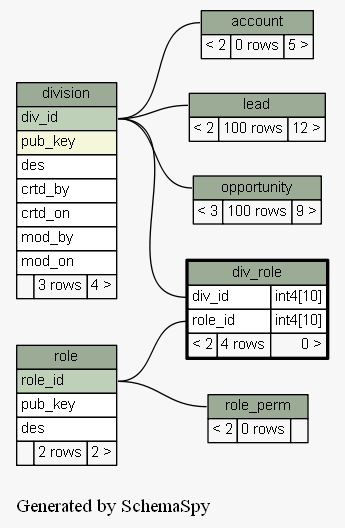
The Graphviz diagram docs/database/schemaspy/graphs/div_role.2degrees.png in engineerscraft/salesforce, before a commit. Its source is kept beside it as docs/database/schemaspy/graphs/div_role.2degrees.dot. Source of this version:
```dot
digraph "twoDegreesRelationshipsGraph" {
  graph [
    rankdir="RL"
    bgcolor="#f7f7f7"
    label="\nGenerated by SchemaSpy"
    labeljust="l"
  ];
  node [
    fontname="Helvetica"
    fontsize="11"
    shape="plaintext"
  ];
  edge [
    arrowsize="0.8"
  ];
  "account":"account.heading":w -> "division":"div_id":e [arrowtail=crowtee arrowhead=none];
  "div_role":"div_id":w -> "division":"div_id":e [arrowtail=crowtee arrowhead=none];
  "div_role":"role_id":w -> "role":"role_id":e [arrowtail=crowtee arrowhead=none];
  "lead":"lead.heading":w -> "division":"div_id":e [arrowtail=crowtee arrowhead=none];
  "opportunity":"opportunity.heading":w -> "division":"div_id":e [arrowtail=crowtee arrowhead=none];
  "role_perm":"role_perm.heading":w -> "role":"role_id":e [arrowtail=crowtee arrowhead=none];
  "account" [
    label=<
    <TABLE BORDER="0" CELLBORDER="1" CELLSPACING="0" BGCOLOR="#ffffff">
      <TR><TD PORT="account.heading" COLSPAN="3" BGCOLOR="#9bab96" ALIGN="CENTER">account</TD></TR>
      <TR><TD ALIGN="LEFT" BGCOLOR="#f7f7f7">&lt; 2</TD><TD ALIGN="RIGHT" BGCOLOR="#f7f7f7">0 rows</TD><TD ALIGN="RIGHT" BGCOLOR="#f7f7f7">5 &gt;</TD></TR>
    </TABLE>>
    URL="account.html#graph"
    tooltip="account"
  ];
  "div_role" [
    label=<
    <TABLE BORDER="2" CELLBORDER="1" CELLSPACING="0" BGCOLOR="#ffffff">
      <TR><TD PORT="div_role.heading" COLSPAN="3" BGCOLOR="#9bab96" ALIGN="CENTER">div_role</TD></TR>
      <TR><TD PORT="div_id" COLSPAN="2" ALIGN="LEFT">div_id</TD><TD PORT="div_id.type" ALIGN="LEFT">int4[10]</TD></TR>
      <TR><TD PORT="role_id" COLSPAN="2" ALIGN="LEFT">role_id</TD><TD PORT="role_id.type" ALIGN="LEFT">int4[10]</TD></TR>
      <TR><TD ALIGN="LEFT" BGCOLOR="#f7f7f7">&lt; 2</TD><TD ALIGN="RIGHT" BGCOLOR="#f7f7f7">4 rows</TD><TD ALIGN="RIGHT" BGCOLOR="#f7f7f7">0 &gt;</TD></TR>
    </TABLE>>
    URL="div_role.html#"
    tooltip="div_role"
  ];
  "division" [
    label=<
    <TABLE BORDER="0" CELLBORDER="1" CELLSPACING="0" BGCOLOR="#ffffff">
      <TR><TD PORT="division.heading" COLSPAN="3" BGCOLOR="#9bab96" ALIGN="CENTER">division</TD></TR>
      <TR><TD PORT="div_id" COLSPAN="3" BGCOLOR="#bed1b8" ALIGN="LEFT">div_id</TD></TR>
      <TR><TD PORT="pub_key" COLSPAN="3" BGCOLOR="#f4f7da" ALIGN="LEFT">pub_key</TD></TR>
      <TR><TD PORT="des" COLSPAN="3" ALIGN="LEFT">des</TD></TR>
      <TR><TD PORT="crtd_by" COLSPAN="3" ALIGN="LEFT">crtd_by</TD></TR>
      <TR><TD PORT="crtd_on" COLSPAN="3" ALIGN="LEFT">crtd_on</TD></TR>
      <TR><TD PORT="mod_by" COLSPAN="3" ALIGN="LEFT">mod_by</TD></TR>
      <TR><TD PORT="mod_on" COLSPAN="3" ALIGN="LEFT">mod_on</TD></TR>
      <TR><TD ALIGN="LEFT" BGCOLOR="#f7f7f7">  </TD><TD ALIGN="RIGHT" BGCOLOR="#f7f7f7">3 rows</TD><TD ALIGN="RIGHT" BGCOLOR="#f7f7f7">4 &gt;</TD></TR>
    </TABLE>>
    URL="division.html#graph"
    tooltip="division"
  ];
  "lead" [
    label=<
    <TABLE BORDER="0" CELLBORDER="1" CELLSPACING="0" BGCOLOR="#ffffff">
      <TR><TD PORT="lead.heading" COLSPAN="3" BGCOLOR="#9bab96" ALIGN="CENTER">lead</TD></TR>
      <TR><TD ALIGN="LEFT" BGCOLOR="#f7f7f7">&lt; 2</TD><TD ALIGN="RIGHT" BGCOLOR="#f7f7f7">100 rows</TD><TD ALIGN="RIGHT" BGCOLOR="#f7f7f7">12 &gt;</TD></TR>
    </TABLE>>
    URL="lead.html#graph"
    tooltip="lead"
  ];
  "opportunity" [
    label=<
    <TABLE BORDER="0" CELLBORDER="1" CELLSPACING="0" BGCOLOR="#ffffff">
      <TR><TD PORT="opportunity.heading" COLSPAN="3" BGCOLOR="#9bab96" ALIGN="CENTER">opportunity</TD></TR>
      <TR><TD ALIGN="LEFT" BGCOLOR="#f7f7f7">&lt; 3</TD><TD ALIGN="RIGHT" BGCOLOR="#f7f7f7">100 rows</TD><TD ALIGN="RIGHT" BGCOLOR="#f7f7f7">9 &gt;</TD></TR>
    </TABLE>>
    URL="opportunity.html#graph"
    tooltip="opportunity"
  ];
  "role" [
    label=<
    <TABLE BORDER="0" CELLBORDER="1" CELLSPACING="0" BGCOLOR="#ffffff">
      <TR><TD PORT="role.heading" COLSPAN="3" BGCOLOR="#9bab96" ALIGN="CENTER">role</TD></TR>
      <TR><TD PORT="role_id" COLSPAN="3" BGCOLOR="#bed1b8" ALIGN="LEFT">role_id</TD></TR>
      <TR><TD PORT="pub_key" COLSPAN="3" ALIGN="LEFT">pub_key</TD></TR>
      <TR><TD PORT="des" COLSPAN="3" ALIGN="LEFT">des</TD></TR>
      <TR><TD ALIGN="LEFT" BGCOLOR="#f7f7f7">  </TD><TD ALIGN="RIGHT" BGCOLOR="#f7f7f7">2 rows</TD><TD ALIGN="RIGHT" BGCOLOR="#f7f7f7">2 &gt;</TD></TR>
    </TABLE>>
    URL="role.html#graph"
    tooltip="role"
  ];
  "role_perm" [
    label=<
    <TABLE BORDER="0" CELLBORDER="1" CELLSPACING="0" BGCOLOR="#ffffff">
      <TR><TD PORT="role_perm.heading" COLSPAN="3" BGCOLOR="#9bab96" ALIGN="CENTER">role_perm</TD></TR>
      <TR><TD ALIGN="LEFT" BGCOLOR="#f7f7f7">&lt; 2</TD><TD ALIGN="RIGHT" BGCOLOR="#f7f7f7">0 rows</TD><TD ALIGN="RIGHT" BGCOLOR="#f7f7f7">  </TD></TR>
    </TABLE>>
    URL="role_perm.html#graph"
    tooltip="role_perm"
  ];
}
```
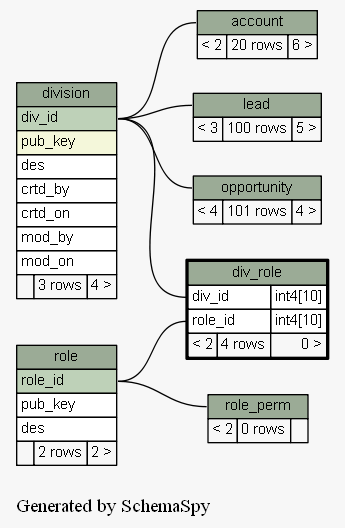
Above is the later version.

What changed in the source:
```diff
@@ -23,7 +23,7 @@
     label=<
     <TABLE BORDER="0" CELLBORDER="1" CELLSPACING="0" BGCOLOR="#ffffff">
       <TR><TD PORT="account.heading" COLSPAN="3" BGCOLOR="#9bab96" ALIGN="CENTER">account</TD></TR>
-      <TR><TD ALIGN="LEFT" BGCOLOR="#f7f7f7">&lt; 2</TD><TD ALIGN="RIGHT" BGCOLOR="#f7f7f7">0 rows</TD><TD ALIGN="RIGHT" BGCOLOR="#f7f7f7">5 &gt;</TD></TR>
+      <TR><TD ALIGN="LEFT" BGCOLOR="#f7f7f7">&lt; 2</TD><TD ALIGN="RIGHT" BGCOLOR="#f7f7f7">20 rows</TD><TD ALIGN="RIGHT" BGCOLOR="#f7f7f7">6 &gt;</TD></TR>
     </TABLE>>
     URL="account.html#graph"
     tooltip="account"
@@ -59,7 +59,7 @@
     label=<
     <TABLE BORDER="0" CELLBORDER="1" CELLSPACING="0" BGCOLOR="#ffffff">
       <TR><TD PORT="lead.heading" COLSPAN="3" BGCOLOR="#9bab96" ALIGN="CENTER">lead</TD></TR>
-      <TR><TD ALIGN="LEFT" BGCOLOR="#f7f7f7">&lt; 2</TD><TD ALIGN="RIGHT" BGCOLOR="#f7f7f7">100 rows</TD><TD ALIGN="RIGHT" BGCOLOR="#f7f7f7">12 &gt;</TD></TR>
+      <TR><TD ALIGN="LEFT" BGCOLOR="#f7f7f7">&lt; 3</TD><TD ALIGN="RIGHT" BGCOLOR="#f7f7f7">100 rows</TD><TD ALIGN="RIGHT" BGCOLOR="#f7f7f7">5 &gt;</TD></TR>
     </TABLE>>
     URL="lead.html#graph"
     tooltip="lead"
@@ -68,7 +68,7 @@
     label=<
     <TABLE BORDER="0" CELLBORDER="1" CELLSPACING="0" BGCOLOR="#ffffff">
       <TR><TD PORT="opportunity.heading" COLSPAN="3" BGCOLOR="#9bab96" ALIGN="CENTER">opportunity</TD></TR>
-      <TR><TD ALIGN="LEFT" BGCOLOR="#f7f7f7">&lt; 3</TD><TD ALIGN="RIGHT" BGCOLOR="#f7f7f7">100 rows</TD><TD ALIGN="RIGHT" BGCOLOR="#f7f7f7">9 &gt;</TD></TR>
+      <TR><TD ALIGN="LEFT" BGCOLOR="#f7f7f7">&lt; 4</TD><TD ALIGN="RIGHT" BGCOLOR="#f7f7f7">101 rows</TD><TD ALIGN="RIGHT" BGCOLOR="#f7f7f7">4 &gt;</TD></TR>
     </TABLE>>
     URL="opportunity.html#graph"
     tooltip="opportunity"
```
